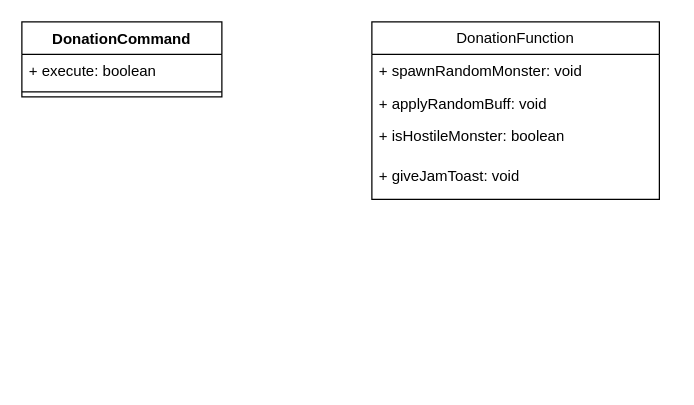
Earlier version of the draw.io diagram 제목 없는 다이어그램.drawio (kuroneko42/AiControl). Source tidied: cells renumbered, new cells numbered last; positions are measured from the earlier drawing's top-left corner, leaving out a move shared by most shapes. Both pictures are drawn from the tidied source at 125%, with x=0, y=0 at pixel (21, 21).
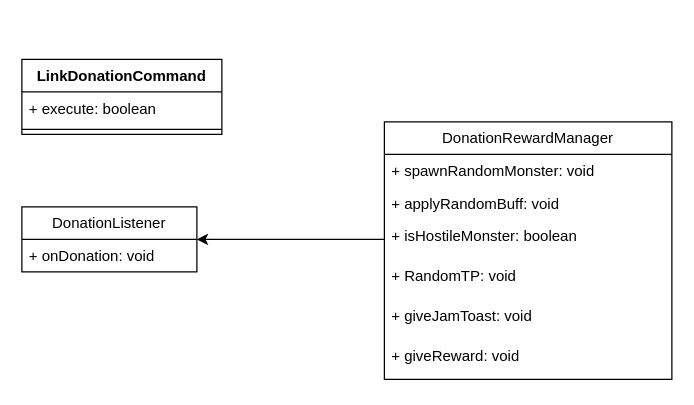
The same diagram, later.

Commit message:
제목 없는 다이어그램.drawio 업데이트

The edit, as a diff of the source:
```diff
@@
 <mxGraphModel>
   <root>
     <mxCell id="0" />
     <mxCell id="1" parent="0" />
-    <mxCell id="2" value="DonationCommand&lt;div&gt;&lt;br&gt;&lt;/div&gt;" style="swimlane;fontStyle=1;align=center;verticalAlign=top;horizontal=1;startSize=26;whiteSpace=wrap;html=1;" parent="1" vertex="1">
-      <mxGeometry width="160" height="60" as="geometry" />
+    <mxCell id="2" value="LinkDonationCommand&lt;div&gt;&lt;br&gt;&lt;/div&gt;" style="swimlane;fontStyle=1;align=center;verticalAlign=top;horizontal=1;startSize=26;whiteSpace=wrap;html=1;" parent="1" vertex="1">
+      <mxGeometry y="30" width="160" height="60" as="geometry" />
     </mxCell>
     <mxCell id="3" value="+ execute: boolean" style="text;strokeColor=none;fillColor=none;align=left;verticalAlign=top;spacingLeft=4;spacingRight=4;overflow=hidden;whiteSpace=wrap;html=1;" parent="2" vertex="1">
       <mxGeometry y="26" width="160" height="26" as="geometry" />
     </mxCell>
     <mxCell id="4" style="line;strokeWidth=1;fillColor=none;align=left;verticalAlign=middle;spacingTop=-1;spacingLeft=3;spacingRight=3;labelPosition=right;strokeColor=inherit;" parent="2" vertex="1">
       <mxGeometry y="52" width="160" height="8" as="geometry" />
     </mxCell>
-    <mxCell id="5" value="DonationFunction" style="swimlane;fontStyle=0;horizontal=1;startSize=26;fillColor=none;whiteSpace=wrap;html=1;" parent="1" vertex="1">
-      <mxGeometry x="280" width="230" height="142" as="geometry" />
+    <mxCell id="5" value="DonationRewardManager" style="swimlane;fontStyle=0;horizontal=1;startSize=26;fillColor=none;whiteSpace=wrap;html=1;" parent="1" vertex="1">
+      <mxGeometry x="290" y="80" width="230" height="206" as="geometry" />
     </mxCell>
     <mxCell id="6" value="+ spawnRandomMonster: void" style="text;strokeColor=none;fillColor=none;align=left;verticalAlign=top;spacingLeft=4;spacingRight=4;overflow=hidden;whiteSpace=wrap;html=1;" parent="5" vertex="1">
       <mxGeometry y="26" width="230" height="26" as="geometry" />
     </mxCell>
     <mxCell id="7" value="+ applyRandomBuff: void" style="text;strokeColor=none;fillColor=none;align=left;verticalAlign=top;spacingLeft=4;spacingRight=4;overflow=hidden;whiteSpace=wrap;html=1;" parent="5" vertex="1">
       <mxGeometry y="52" width="230" height="26" as="geometry" />
     </mxCell>
     <mxCell id="8" value="+ isHostileMonster: boolean" style="text;strokeColor=none;fillColor=none;align=left;verticalAlign=top;spacingLeft=4;spacingRight=4;overflow=hidden;points=[[0,0.5],[1,0.5]];portConstraint=eastwest;whiteSpace=wrap;html=1;" parent="5" vertex="1">
       <mxGeometry y="78" width="230" height="32" as="geometry" />
     </mxCell>
+    <mxCell id="10" value="+ RandomTP: void" style="text;strokeColor=none;fillColor=none;align=left;verticalAlign=top;spacingLeft=4;spacingRight=4;overflow=hidden;whiteSpace=wrap;html=1;" parent="5" vertex="1">
+      <mxGeometry y="110" width="230" height="32" as="geometry" />
+    </mxCell>
     <mxCell id="9" value="+ giveJamToast: void" style="text;strokeColor=none;fillColor=none;align=left;verticalAlign=top;spacingLeft=4;spacingRight=4;overflow=hidden;whiteSpace=wrap;html=1;" parent="5" vertex="1">
-      <mxGeometry y="110" width="230" height="32" as="geometry" />
+      <mxGeometry y="142" width="230" height="32" as="geometry" />
     </mxCell>
+    <mxCell id="11" value="+ giveReward: void" style="text;strokeColor=none;fillColor=none;align=left;verticalAlign=top;spacingLeft=4;spacingRight=4;overflow=hidden;whiteSpace=wrap;html=1;" parent="5" vertex="1">
+      <mxGeometry y="174" width="230" height="32" as="geometry" />
+    </mxCell>
+    <mxCell id="12" value="DonationListener" style="swimlane;fontStyle=0;horizontal=1;startSize=26;fillColor=none;whiteSpace=wrap;html=1;" parent="1" vertex="1">
+      <mxGeometry y="148" width="140" height="52" as="geometry" />
+    </mxCell>
+    <mxCell id="13" value="+ onDonation: void" style="text;strokeColor=none;fillColor=none;align=left;verticalAlign=top;spacingLeft=4;spacingRight=4;overflow=hidden;whiteSpace=wrap;html=1;" parent="12" vertex="1">
+      <mxGeometry y="26" width="140" height="26" as="geometry" />
+    </mxCell>
+    <mxCell id="14" style="edgeStyle=orthogonalEdgeStyle;rounded=0;jettySize=auto;html=1;entryX=1;entryY=0.5;entryDx=0;entryDy=0;" parent="1" edge="1" source="8" target="12">
+      <mxGeometry relative="1" as="geometry" />
+    </mxCell>
   </root>
 </mxGraphModel>
```
